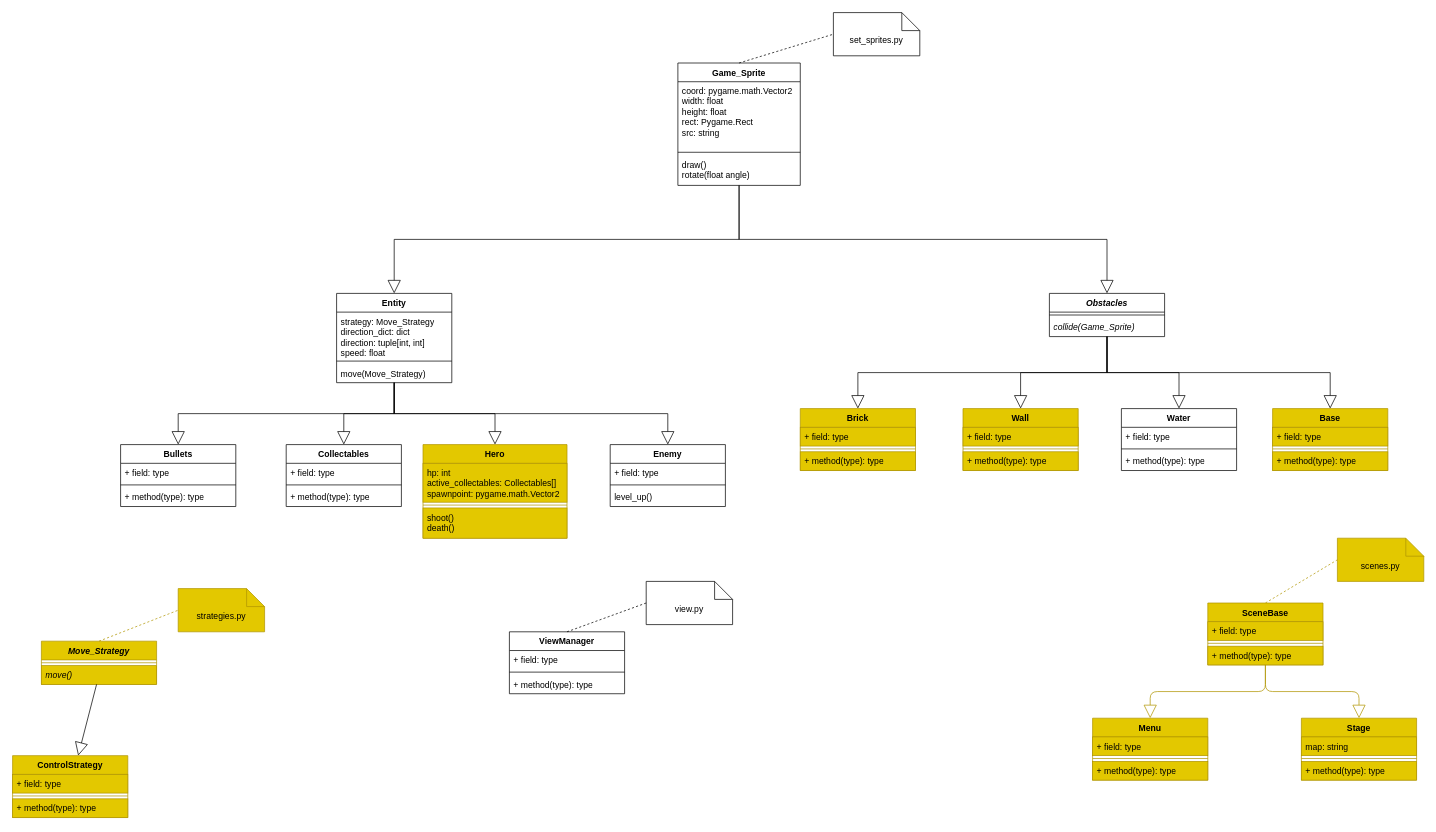
The draw.io diagram UML.drawio in MoNaK-Wales/battle_city, before the edit. Source tidied: cells renumbered, new cells numbered last; positions are measured from the earlier drawing's top-left corner, leaving out a move shared by most shapes. Both pictures are drawn from the tidied source at 72%, with x=0, y=0 at pixel (12, 12).
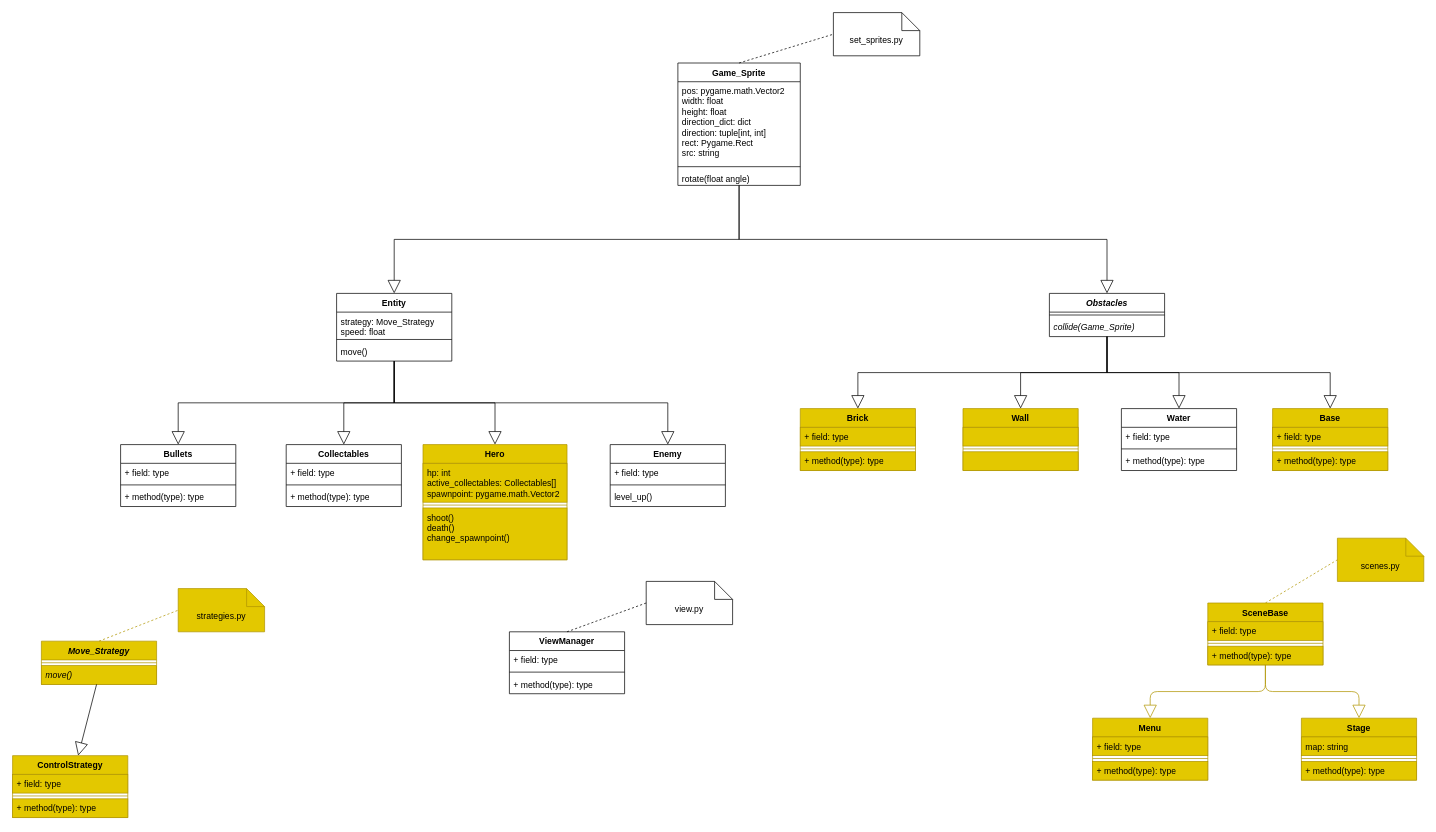
After the change.

The change refers to these unchanged cells:
```xml
<mxCell id="2" value="Game_Sprite" style="swimlane;fontStyle=1;align=center;verticalAlign=top;horizontal=1;startSize=26;whiteSpace=wrap;html=1;" parent="1" vertex="1">
  <mxGeometry x="924" y="70" width="170" height="170" as="geometry" />
</mxCell>
<mxCell id="33" value="Wall" style="swimlane;fontStyle=1;align=center;verticalAlign=top;horizontal=1;startSize=26;whiteSpace=wrap;html=1;fillColor=#e3c800;fontColor=#000000;strokeColor=#B09500;" parent="1" vertex="1">
  <mxGeometry x="1320" y="550" width="160" height="86" as="geometry" />
</mxCell>
```

The edit, as a diff of the source:
```diff
@@
-    <mxCell id="3" value="coord: pygame.math.Vector2&lt;br&gt;&lt;div&gt;width: float&lt;/div&gt;&lt;div&gt;height: float&lt;/div&gt;&lt;div&gt;rect: Pygame.Rect&lt;/div&gt;&lt;div&gt;src: string&lt;/div&gt;" style="text;strokeColor=none;fillColor=none;align=left;verticalAlign=top;spacingLeft=4;spacingRight=4;overflow=hidden;whiteSpace=wrap;html=1;" parent="2" vertex="1">
-      <mxGeometry y="26" width="170" height="94" as="geometry" />
+    <mxCell id="3" value="pos: pygame.math.Vector2&lt;br&gt;&lt;div&gt;width: float&lt;/div&gt;&lt;div&gt;height: float&lt;/div&gt;&lt;div&gt;direction_dict: dict&lt;br&gt;&lt;div&gt;direction: tuple[int, int]&lt;/div&gt;&lt;/div&gt;&lt;div&gt;rect: Pygame.Rect&lt;/div&gt;&lt;div&gt;src: string&lt;br&gt;&lt;/div&gt;" style="text;strokeColor=none;fillColor=none;align=left;verticalAlign=top;spacingLeft=4;spacingRight=4;overflow=hidden;whiteSpace=wrap;html=1;" parent="2" vertex="1">
+      <mxGeometry y="26" width="170" height="114" as="geometry" />
     </mxCell>
     <mxCell id="4" style="line;strokeWidth=1;fillColor=none;align=left;verticalAlign=middle;spacingTop=-1;spacingLeft=3;spacingRight=3;labelPosition=right;strokeColor=inherit;" parent="2" vertex="1">
-      <mxGeometry y="120" width="170" height="8" as="geometry" />
+      <mxGeometry y="140" width="170" height="8" as="geometry" />
     </mxCell>
-    <mxCell id="5" value="&lt;div&gt;draw()&lt;/div&gt;rotate(float angle)" style="text;strokeColor=none;fillColor=none;align=left;verticalAlign=top;spacingLeft=4;spacingRight=4;overflow=hidden;points=[[0,0.5],[1,0.5]];portConstraint=eastwest;whiteSpace=wrap;html=1;" parent="2" vertex="1">
-      <mxGeometry y="128" width="170" height="42" as="geometry" />
+    <mxCell id="5" value="&lt;div&gt;&lt;/div&gt;rotate(float angle)" style="text;strokeColor=none;fillColor=none;align=left;verticalAlign=top;spacingLeft=4;spacingRight=4;overflow=hidden;points=[[0,0.5],[1,0.5]];portConstraint=eastwest;whiteSpace=wrap;html=1;" parent="2" vertex="1">
+      <mxGeometry y="148" width="170" height="22" as="geometry" />
     </mxCell>
     <mxCell id="6" value="Hero" style="swimlane;fontStyle=1;align=center;verticalAlign=top;horizontal=1;startSize=26;whiteSpace=wrap;html=1;fillColor=#e3c800;fontColor=#000000;strokeColor=#B09500;" parent="1" vertex="1">
-      <mxGeometry x="570" y="600" width="200" height="130" as="geometry" />
+      <mxGeometry x="570" y="600" width="200" height="160" as="geometry" />
     </mxCell>
@@
-    <mxCell id="9" value="shoot()&lt;div&gt;death()&lt;/div&gt;" style="text;strokeColor=#B09500;fillColor=#e3c800;align=left;verticalAlign=top;spacingLeft=4;spacingRight=4;overflow=hidden;whiteSpace=wrap;html=1;fontColor=#000000;" parent="6" vertex="1">
-      <mxGeometry y="88" width="200" height="42" as="geometry" />
+    <mxCell id="9" value="shoot()&lt;div&gt;death()&lt;br&gt;change_spawnpoint()&lt;/div&gt;" style="text;strokeColor=#B09500;fillColor=#e3c800;align=left;verticalAlign=top;spacingLeft=4;spacingRight=4;overflow=hidden;whiteSpace=wrap;html=1;fontColor=#000000;" parent="6" vertex="1">
+      <mxGeometry y="88" width="200" height="72" as="geometry" />
     </mxCell>
     <mxCell id="10" value="Entity" style="swimlane;fontStyle=1;align=center;verticalAlign=top;horizontal=1;startSize=26;whiteSpace=wrap;html=1;" parent="1" vertex="1">
-      <mxGeometry x="450" y="390" width="160" height="124" as="geometry" />
+      <mxGeometry x="450" y="390" width="160" height="94" as="geometry" />
     </mxCell>
-    <mxCell id="11" value="strategy: Move_Strategy&lt;div&gt;direction_dict: dict&lt;br&gt;&lt;div&gt;direction: tuple[int, int]&lt;/div&gt;&lt;div&gt;speed: float&lt;/div&gt;&lt;/div&gt;" style="text;strokeColor=none;fillColor=none;align=left;verticalAlign=top;spacingLeft=4;spacingRight=4;overflow=hidden;whiteSpace=wrap;html=1;" parent="10" vertex="1">
-      <mxGeometry y="26" width="160" height="64" as="geometry" />
+    <mxCell id="11" value="strategy: Move_Strategy&lt;br&gt;&lt;div&gt;&lt;div&gt;speed: float&lt;/div&gt;&lt;/div&gt;" style="text;strokeColor=none;fillColor=none;align=left;verticalAlign=top;spacingLeft=4;spacingRight=4;overflow=hidden;whiteSpace=wrap;html=1;" parent="10" vertex="1">
+      <mxGeometry y="26" width="160" height="34" as="geometry" />
     </mxCell>
     <mxCell id="12" style="line;strokeWidth=1;fillColor=none;align=left;verticalAlign=middle;spacingTop=-1;spacingLeft=3;spacingRight=3;labelPosition=right;strokeColor=inherit;" parent="10" vertex="1">
-      <mxGeometry y="90" width="160" height="8" as="geometry" />
+      <mxGeometry y="60" width="160" height="8" as="geometry" />
     </mxCell>
-    <mxCell id="13" value="move(Move_Strategy)" style="text;strokeColor=none;fillColor=none;align=left;verticalAlign=top;spacingLeft=4;spacingRight=4;overflow=hidden;points=[[0,0.5],[1,0.5]];portConstraint=eastwest;whiteSpace=wrap;html=1;" parent="10" vertex="1">
-      <mxGeometry y="98" width="160" height="26" as="geometry" />
+    <mxCell id="13" value="move()" style="text;strokeColor=none;fillColor=none;align=left;verticalAlign=top;spacingLeft=4;spacingRight=4;overflow=hidden;points=[[0,0.5],[1,0.5]];portConstraint=eastwest;whiteSpace=wrap;html=1;" parent="10" vertex="1">
+      <mxGeometry y="68" width="160" height="26" as="geometry" />
     </mxCell>
@@
-    <mxCell id="34" value="+ field: type" style="text;strokeColor=#B09500;fillColor=#e3c800;align=left;verticalAlign=top;spacingLeft=4;spacingRight=4;overflow=hidden;whiteSpace=wrap;html=1;fontColor=#000000;" parent="33" vertex="1">
+    <mxCell id="34" style="text;strokeColor=#B09500;fillColor=#e3c800;align=left;verticalAlign=top;spacingLeft=4;spacingRight=4;overflow=hidden;whiteSpace=wrap;html=1;fontColor=#000000;" parent="33" vertex="1">
       <mxGeometry y="26" width="160" height="26" as="geometry" />
     </mxCell>
@@
-    <mxCell id="36" value="+ method(type): type" style="text;strokeColor=#B09500;fillColor=#e3c800;align=left;verticalAlign=top;spacingLeft=4;spacingRight=4;overflow=hidden;whiteSpace=wrap;html=1;fontColor=#000000;" parent="33" vertex="1">
+    <mxCell id="36" style="text;strokeColor=#B09500;fillColor=#e3c800;align=left;verticalAlign=top;spacingLeft=4;spacingRight=4;overflow=hidden;whiteSpace=wrap;html=1;fontColor=#000000;" parent="33" vertex="1">
       <mxGeometry y="60" width="160" height="26" as="geometry" />
     </mxCell>
```
